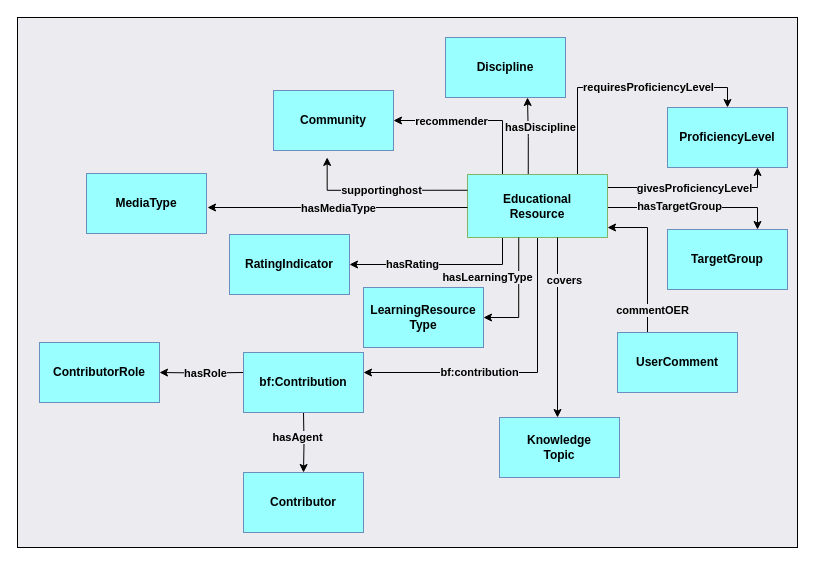
The draw.io diagram visualisations/EducationalResourcePattern_CD.drawio in data-literacy-alliance/dalia-ontology, before the edit. Source tidied: cells renumbered, new cells numbered last; positions are measured from the earlier drawing's top-left corner, leaving out a move shared by most shapes. Both pictures are drawn from the tidied source at 100%, with x=0, y=0 at pixel (17, 17).
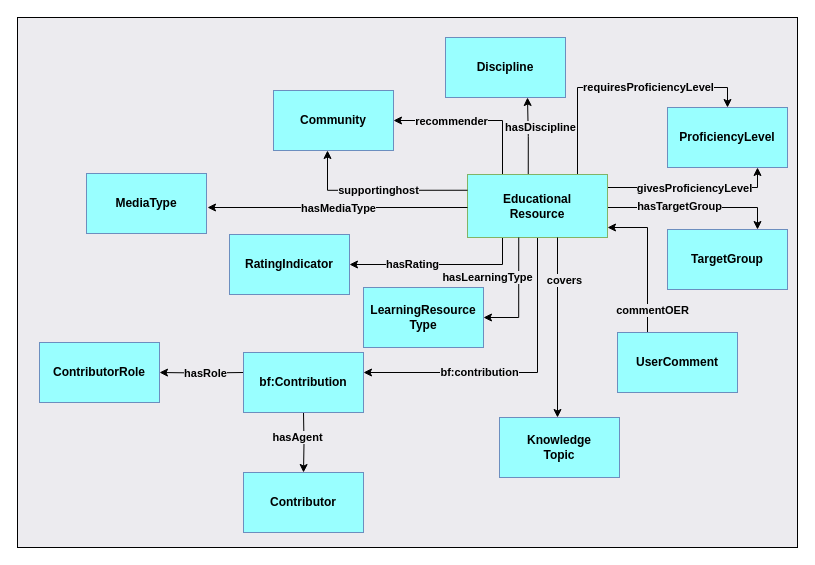
After the change.

The change refers to these unchanged cells:
```xml
<mxCell id="2" style="rounded=0;whiteSpace=wrap;html=1;fillColor=#ecebef;" parent="1" vertex="1">
  <mxGeometry width="780" height="530" as="geometry" />
</mxCell>
<mxCell id="14" value="Educational&lt;br&gt;Resource" style="rounded=0;whiteSpace=wrap;html=1;fillColor=#99FFFF;strokeColor=#82b366;fillStyle=auto;fontStyle=1;" parent="1" vertex="1">
  <mxGeometry x="450" y="157" width="140" height="63" as="geometry" />
</mxCell>
<mxCell id="41" value="Community" style="rounded=0;whiteSpace=wrap;html=1;fillColor=#99FFFF;strokeColor=#6c8ebf;fillStyle=auto;fontStyle=1;" parent="1" vertex="1">
  <mxGeometry x="256" y="73" width="120" height="60" as="geometry" />
</mxCell>
```

Diff of the diagram source:
```diff
@@
-    <mxCell id="42" style="edgeStyle=orthogonalEdgeStyle;rounded=0;jettySize=auto;html=1;exitX=0;exitY=0.25;exitDx=0;exitDy=0;entryX=0.397;entryY=0.264;entryDx=0;entryDy=0;entryPerimeter=0;" parent="1" edge="1" source="14" target="2">
+    <mxCell id="42" style="edgeStyle=orthogonalEdgeStyle;rounded=0;jettySize=auto;html=1;exitX=0;exitY=0.25;exitDx=0;exitDy=0;" parent="1" edge="1" source="14" target="41">
       <mxGeometry relative="1" as="geometry">
         <Array as="points">
           <mxPoint x="310" y="173" />
         </Array>
       </mxGeometry>
     </mxCell>
```
